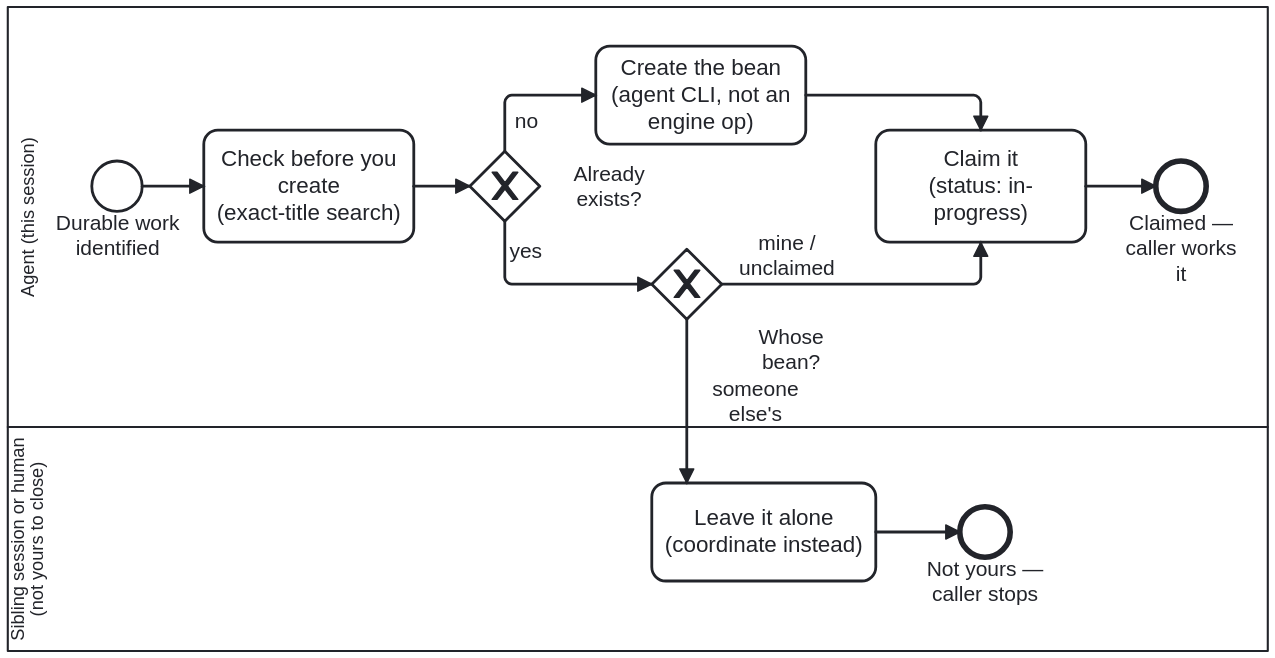
Before: docs/assets/img/workflows/bean-open.svg, a diagram exported from BPMN (litlfred/cat-harness). Its source is kept beside it as processes/sdlc/bean-open.bpmn. Ids are renumbered.
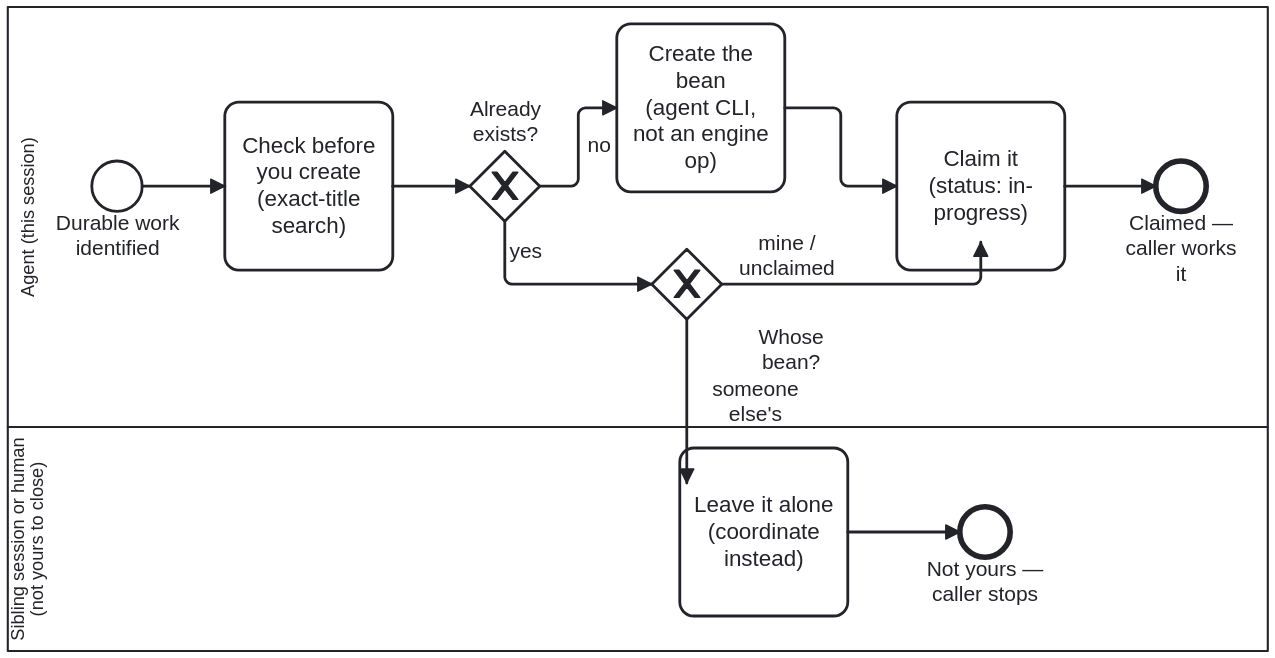
The same diagram one commit later.

Change to the diagram source:
```diff
@@ -119,37 +119,64 @@
 
   <bpmndi:BPMNDiagram id="BPMNDiagram_BeanOpen">
     <bpmndi:BPMNPlane id="BPMNPlane_BeanOpen" bpmnElement="Process_BeanOpen">
-      <bpmndi:BPMNShape id="Lane_Agent_di" bpmnElement="Lane_Agent" isHorizontal="true"><dc:Bounds x="160" y="80" width="900" height="300"/></bpmndi:BPMNShape>
-      <bpmndi:BPMNShape id="Lane_Sibling_di" bpmnElement="Lane_Sibling" isHorizontal="true"><dc:Bounds x="160" y="380" width="900" height="160"/></bpmndi:BPMNShape>
+      <bpmndi:BPMNShape id="Lane_Agent_di" bpmnElement="Lane_Agent" isHorizontal="true"><dc:Bounds x="160" y="80" width="900" height="300" /></bpmndi:BPMNShape>
+      <bpmndi:BPMNShape id="Lane_Sibling_di" bpmnElement="Lane_Sibling" isHorizontal="true"><dc:Bounds x="160" y="380" width="900" height="160" /></bpmndi:BPMNShape>
 
-      <bpmndi:BPMNShape id="Open_Start_di" bpmnElement="Open_Start"><dc:Bounds x="220" y="190" width="36" height="36"/></bpmndi:BPMNShape>
-      <bpmndi:BPMNShape id="Open_CheckExists_di" bpmnElement="Open_CheckExists"><dc:Bounds x="300" y="168" width="150" height="80"/></bpmndi:BPMNShape>
-      <bpmndi:BPMNShape id="Open_Exists_di" bpmnElement="Open_Exists" isMarkerVisible="true"><dc:Bounds x="490" y="183" width="50" height="50"/>
-        <bpmndi:BPMNLabel><dc:Bounds x="544" y="190.5" width="90" height="35" /></bpmndi:BPMNLabel>
-      </bpmndi:BPMNShape>
-      <bpmndi:BPMNShape id="Open_Create_di" bpmnElement="Open_Create"><dc:Bounds x="580" y="108" width="150" height="70"/></bpmndi:BPMNShape>
-      <bpmndi:BPMNShape id="Open_Owner_di" bpmnElement="Open_Owner" isMarkerVisible="true"><dc:Bounds x="620" y="253" width="50" height="50"/>
-        <bpmndi:BPMNLabel><dc:Bounds x="674" y="307" width="90" height="35" /></bpmndi:BPMNLabel>
-      </bpmndi:BPMNShape>
-      <bpmndi:BPMNShape id="Open_Claim_di" bpmnElement="Open_Claim"><dc:Bounds x="780" y="168" width="150" height="80"/></bpmndi:BPMNShape>
-      <bpmndi:BPMNShape id="Open_Claimed_di" bpmnElement="Open_Claimed"><dc:Bounds x="980" y="190" width="36" height="36"/></bpmndi:BPMNShape>
+      <bpmndi:BPMNShape id="Open_Start_di" bpmnElement="Open_Start"><dc:Bounds x="220" y="190" width="36" height="36" /></bpmndi:BPMNShape>
+      <bpmndi:BPMNShape id="Open_CheckExists_di" bpmnElement="Open_CheckExists"><dc:Bounds x="315" y="148" width="120" height="120" /></bpmndi:BPMNShape>
+      <bpmndi:BPMNShape id="Open_Exists_di" bpmnElement="Open_Exists" isMarkerVisible="true"><dc:Bounds x="490" y="183" width="50" height="50" />
 
-      <bpmndi:BPMNShape id="Open_LeaveAlone_di" bpmnElement="Open_LeaveAlone"><dc:Bounds x="620" y="420" width="160" height="70"/></bpmndi:BPMNShape>
-      <bpmndi:BPMNShape id="Open_NotYours_di" bpmnElement="Open_NotYours"><dc:Bounds x="840" y="437" width="36" height="36"/></bpmndi:BPMNShape>
+      <bpmndi:BPMNLabel><dc:Bounds x="470" y="144" width="90" height="35" /></bpmndi:BPMNLabel></bpmndi:BPMNShape>
+      <bpmndi:BPMNShape id="Open_Create_di" bpmnElement="Open_Create"><dc:Bounds x="595" y="92" width="120" height="120" /></bpmndi:BPMNShape>
+      <bpmndi:BPMNShape id="Open_Owner_di" bpmnElement="Open_Owner" isMarkerVisible="true"><dc:Bounds x="620" y="253" width="50" height="50" />
 
-      <bpmndi:BPMNEdge id="BO_1_di" bpmnElement="BO_1"><di:waypoint x="256" y="208"/><di:waypoint x="300" y="208"/></bpmndi:BPMNEdge>
-      <bpmndi:BPMNEdge id="BO_2_di" bpmnElement="BO_2"><di:waypoint x="450" y="208"/><di:waypoint x="490" y="208"/></bpmndi:BPMNEdge>
-      <bpmndi:BPMNEdge id="BO_3_di" bpmnElement="BO_3"><di:waypoint x="515" y="183"/><di:waypoint x="515" y="143"/><di:waypoint x="580" y="143"/></bpmndi:BPMNEdge>
+      <bpmndi:BPMNLabel><dc:Bounds x="674" y="307" width="90" height="35" /></bpmndi:BPMNLabel></bpmndi:BPMNShape>
+      <bpmndi:BPMNShape id="Open_Claim_di" bpmnElement="Open_Claim"><dc:Bounds x="795" y="148" width="120" height="120" /></bpmndi:BPMNShape>
+      <bpmndi:BPMNShape id="Open_Claimed_di" bpmnElement="Open_Claimed"><dc:Bounds x="980" y="190" width="36" height="36" /></bpmndi:BPMNShape>
+
+      <bpmndi:BPMNShape id="Open_LeaveAlone_di" bpmnElement="Open_LeaveAlone"><dc:Bounds x="640" y="395" width="120" height="120" /></bpmndi:BPMNShape>
+      <bpmndi:BPMNShape id="Open_NotYours_di" bpmnElement="Open_NotYours"><dc:Bounds x="840" y="437" width="36" height="36" /></bpmndi:BPMNShape>
+
+      <bpmndi:BPMNEdge id="BO_1_di" bpmnElement="BO_1">
+        <di:waypoint x="256" y="208" />
+        <di:waypoint x="315" y="208" />
+      </bpmndi:BPMNEdge>
+      <bpmndi:BPMNEdge id="BO_2_di" bpmnElement="BO_2">
+        <di:waypoint x="435" y="208" />
+        <di:waypoint x="490" y="208" />
+      </bpmndi:BPMNEdge>
+      <bpmndi:BPMNEdge id="BO_3_di" bpmnElement="BO_3">
+        <di:waypoint x="540" y="208" />
+        <di:waypoint x="567.5" y="208" />
+        <di:waypoint x="567.5" y="152" />
+        <di:waypoint x="595" y="152" />
+      </bpmndi:BPMNEdge>
       <bpmndi:BPMNEdge id="BO_4_di" bpmnElement="BO_4"><di:waypoint x="515" y="233"/><di:waypoint x="515" y="278"/><di:waypoint x="620" y="278"/></bpmndi:BPMNEdge>
-      <bpmndi:BPMNEdge id="BO_5_di" bpmnElement="BO_5"><di:waypoint x="645" y="303"/><di:waypoint x="645" y="420"/>
+      <bpmndi:BPMNEdge id="BO_5_di" bpmnElement="BO_5">
+        <di:waypoint x="645" y="303" />
+        <di:waypoint x="645" y="420" />
         <bpmndi:BPMNLabel><dc:Bounds x="649" y="344" width="90" height="35" /></bpmndi:BPMNLabel>
       </bpmndi:BPMNEdge>
-      <bpmndi:BPMNEdge id="BO_6_di" bpmnElement="BO_6"><di:waypoint x="780" y="455"/><di:waypoint x="840" y="455"/></bpmndi:BPMNEdge>
-      <bpmndi:BPMNEdge id="BO_7_di" bpmnElement="BO_7"><di:waypoint x="670" y="278"/><di:waypoint x="855" y="278"/><di:waypoint x="855" y="248"/>
+      <bpmndi:BPMNEdge id="BO_6_di" bpmnElement="BO_6">
+        <di:waypoint x="760" y="455" />
+        <di:waypoint x="840" y="455" />
+      </bpmndi:BPMNEdge>
+      <bpmndi:BPMNEdge id="BO_7_di" bpmnElement="BO_7">
+        <di:waypoint x="670" y="278" />
+        <di:waypoint x="855" y="278" />
+        <di:waypoint x="855" y="248" />
         <bpmndi:BPMNLabel><dc:Bounds x="671.25" y="240" width="90" height="35" /></bpmndi:BPMNLabel>
       </bpmndi:BPMNEdge>
-      <bpmndi:BPMNEdge id="BO_8_di" bpmnElement="BO_8"><di:waypoint x="730" y="143"/><di:waypoint x="855" y="143"/><di:waypoint x="855" y="168"/></bpmndi:BPMNEdge>
-      <bpmndi:BPMNEdge id="BO_9_di" bpmnElement="BO_9"><di:waypoint x="930" y="208"/><di:waypoint x="980" y="208"/></bpmndi:BPMNEdge>
+      <bpmndi:BPMNEdge id="BO_8_di" bpmnElement="BO_8">
+        <di:waypoint x="715" y="152" />
+        <di:waypoint x="755" y="152" />
+        <di:waypoint x="755" y="208" />
+        <di:waypoint x="795" y="208" />
+      </bpmndi:BPMNEdge>
+      <bpmndi:BPMNEdge id="BO_9_di" bpmnElement="BO_9">
+        <di:waypoint x="915" y="208" />
+        <di:waypoint x="980" y="208" />
+      </bpmndi:BPMNEdge>
     </bpmndi:BPMNPlane>
   </bpmndi:BPMNDiagram>
 </bpmn:definitions>
```
